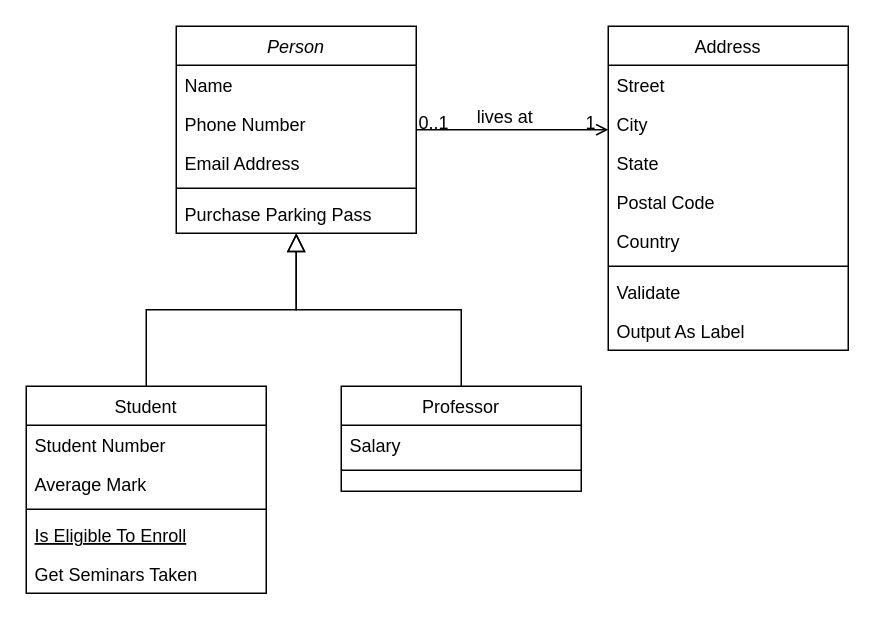
Before: Diagrama sin título.drawio in isa5022/Batallon-Militar-, a draw.io diagram. Source tidied: cells renumbered, new cells numbered last; positions are measured from the earlier drawing's top-left corner, leaving out a move shared by most shapes. Both pictures are drawn from the tidied source at 150%, with x=0, y=0 at pixel (26, 26).
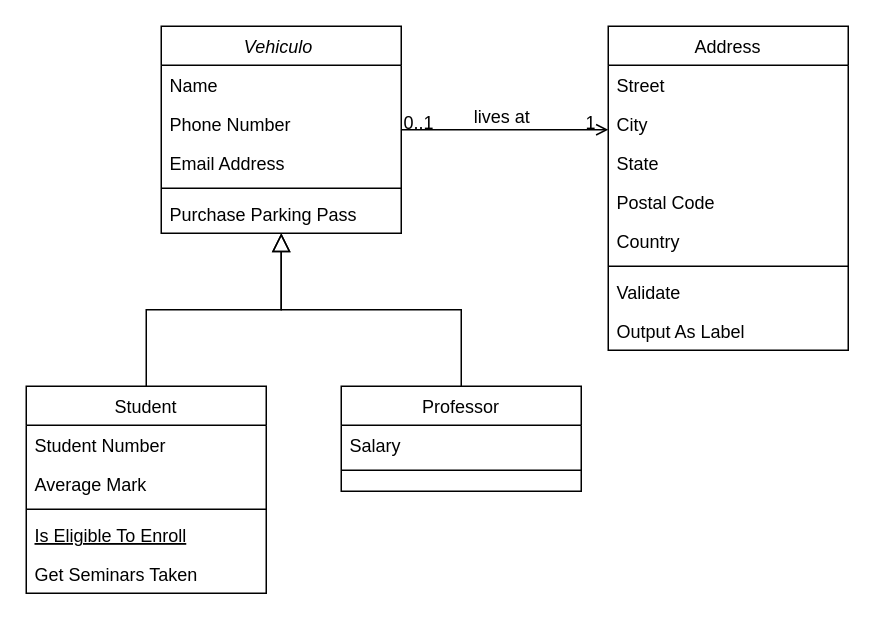
After the change.

The edit, as a diff of the source:
```diff
@@
-    <mxCell id="2" value="Person" style="swimlane;fontStyle=2;align=center;verticalAlign=top;horizontal=1;startSize=26;rounded=0;shadow=0;strokeWidth=1;" parent="1" vertex="1">
-      <mxGeometry x="100" width="160" height="138" as="geometry" />
+    <mxCell id="2" value="Vehiculo " style="swimlane;fontStyle=2;align=center;verticalAlign=top;horizontal=1;startSize=26;rounded=0;shadow=0;strokeWidth=1;" parent="1" vertex="1">
+      <mxGeometry x="90" width="160" height="138" as="geometry" />
     </mxCell>
```
